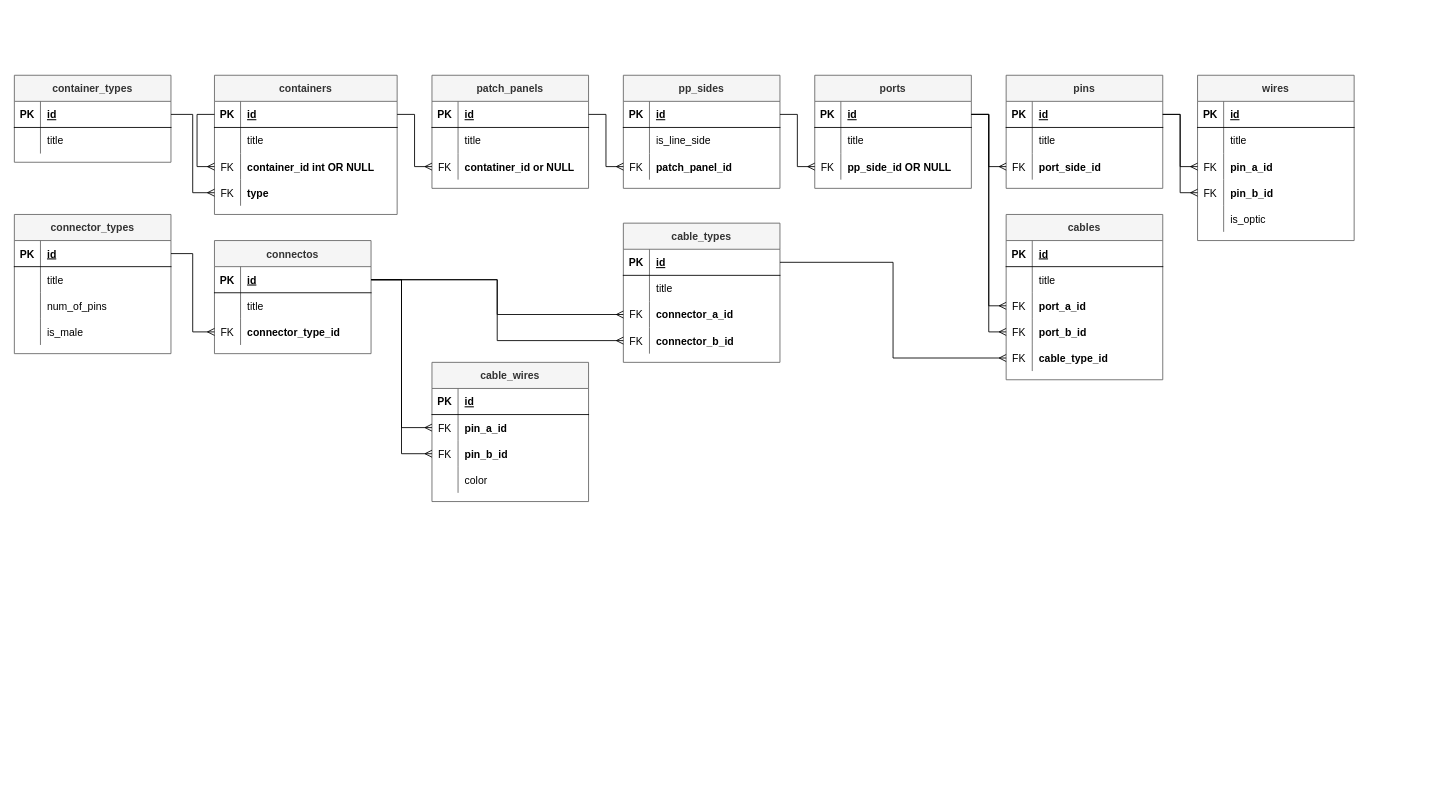
Before: ToDo/Db-Structure.drawio in Zakharlik/CrossJournal, a draw.io diagram. Source tidied: cells renumbered, new cells numbered last; positions are measured from the earlier drawing's top-left corner, leaving out a move shared by most shapes. Both pictures are drawn from the tidied source at 87%, with x=0, y=0 at pixel (14, 75).
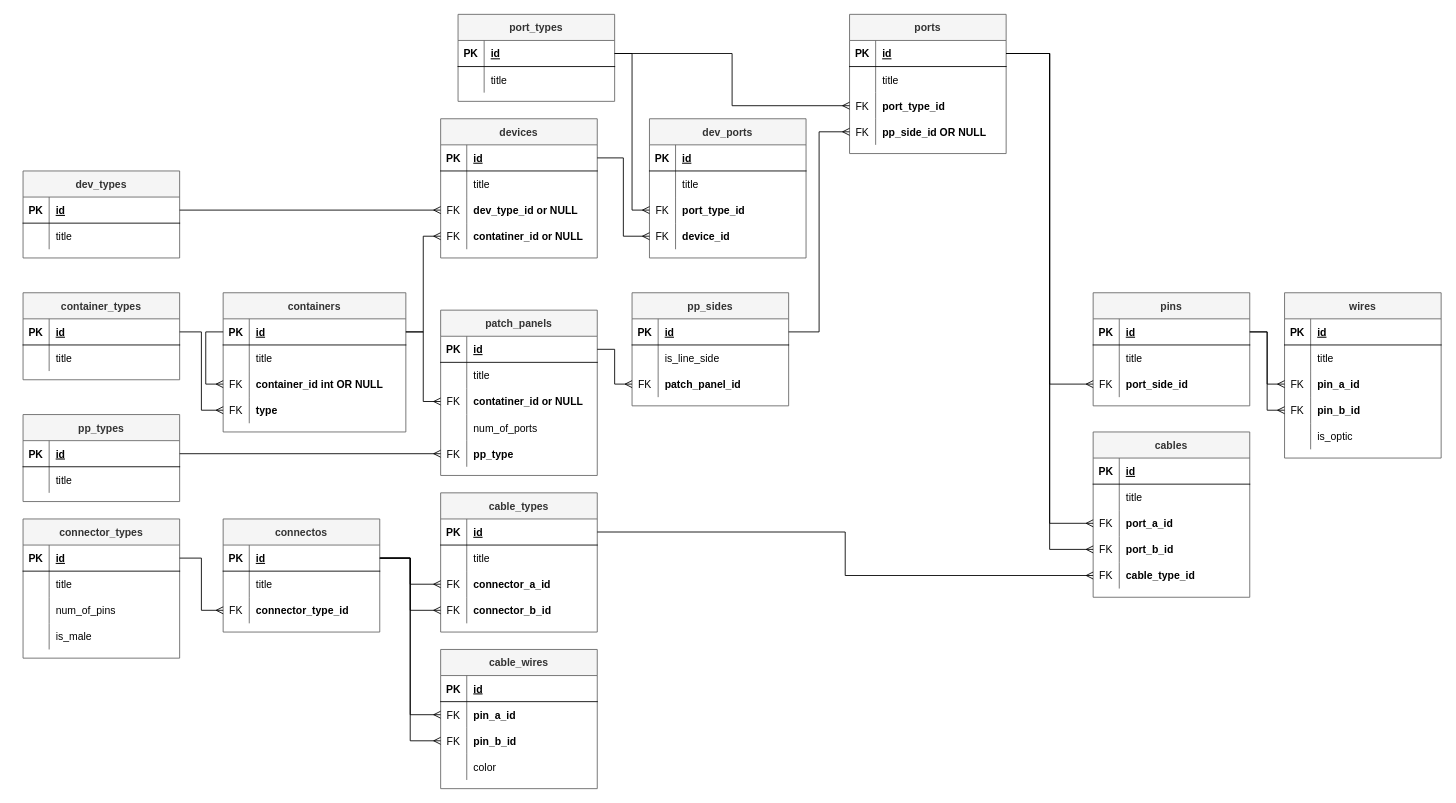
The same page after the edit.

Commit message:
Add devices to DB-Structure

The change refers to these unchanged cells:
```xml
<mxCell id="3" style="shape=tableRow;horizontal=0;startSize=0;swimlaneHead=0;swimlaneBody=0;fillColor=none;points=[[0,0.5],[1,0.5]];portConstraint=eastwest;top=0;left=0;right=0;bottom=1;" parent="2" vertex="1">
  <mxGeometry y="30" width="210" height="30" as="geometry" />
</mxCell>
```

Diff of the diagram source:
```diff
@@
     <mxCell id="2" value="containers" style="shape=table;startSize=30;childLayout=tableLayout;rowLines=0;fontStyle=1;align=center;fillColor=#f5f5f5;strokeColor=#666666;fontColor=#333333;" parent="1" vertex="1">
-      <mxGeometry x="230" width="210" height="160" as="geometry" />
+      <mxGeometry x="240" y="250" width="210" height="160" as="geometry" />
     </mxCell>
@@
     <mxCell id="16" value="container_types" style="shape=table;startSize=30;childLayout=tableLayout;rowLines=0;fontStyle=1;align=center;fillColor=#f5f5f5;strokeColor=#666666;fontColor=#333333;" parent="1" vertex="1">
-      <mxGeometry width="180" height="100" as="geometry" />
+      <mxGeometry x="10" y="250" width="180" height="100" as="geometry" />
     </mxCell>
@@
     <mxCell id="24" value="patch_panels" style="shape=table;startSize=30;childLayout=tableLayout;rowLines=0;fontStyle=1;align=center;fillColor=#f5f5f5;strokeColor=#666666;fontColor=#333333;" parent="1" vertex="1">
-      <mxGeometry x="480" width="180" height="130" as="geometry" />
+      <mxGeometry x="490" y="270" width="180" height="190" as="geometry" />
     </mxCell>
@@
+    <mxCell id="159" style="shape=tableRow;horizontal=0;startSize=0;swimlaneHead=0;swimlaneBody=0;fillColor=none;top=0;left=0;right=0;bottom=0;" parent="24" vertex="1">
+      <mxGeometry y="120" width="180" height="30" as="geometry" />
+    </mxCell>
+    <mxCell id="160" style="shape=partialRectangle;fillColor=none;top=0;left=0;bottom=0;right=0;overflow=hidden;" parent="159" vertex="1">
+      <mxGeometry width="30" height="30" as="geometry" />
+    </mxCell>
+    <mxCell id="161" value="num_of_ports" style="shape=partialRectangle;fillColor=none;top=0;left=0;bottom=0;right=0;align=left;spacingLeft=6;overflow=hidden;" parent="159" vertex="1">
+      <mxGeometry x="30" width="150" height="30" as="geometry" />
+    </mxCell>
+    <mxCell id="162" style="shape=tableRow;horizontal=0;startSize=0;swimlaneHead=0;swimlaneBody=0;fillColor=none;points=[[0,0.5],[1,0.5]];portConstraint=eastwest;top=0;left=0;right=0;bottom=0;" parent="24" vertex="1">
+      <mxGeometry y="150" width="180" height="30" as="geometry" />
+    </mxCell>
+    <mxCell id="163" value="FK" style="shape=partialRectangle;fillColor=none;top=0;left=0;bottom=0;right=0;overflow=hidden;" parent="162" vertex="1">
+      <mxGeometry width="30" height="30" as="geometry" />
+    </mxCell>
+    <mxCell id="164" value="pp_type" style="shape=partialRectangle;fillColor=none;top=0;left=0;bottom=0;right=0;align=left;spacingLeft=6;overflow=hidden;fontStyle=1;" parent="162" vertex="1">
+      <mxGeometry x="30" width="150" height="30" as="geometry" />
+    </mxCell>
@@
     <mxCell id="35" value="pp_sides" style="shape=table;startSize=30;childLayout=tableLayout;rowLines=0;fontStyle=1;align=center;fillColor=#f5f5f5;strokeColor=#666666;fontColor=#333333;" parent="1" vertex="1">
-      <mxGeometry x="700" width="180" height="130" as="geometry" />
+      <mxGeometry x="710" y="250" width="180" height="130" as="geometry" />
     </mxCell>
@@
     <mxCell id="46" value="ports" style="shape=table;startSize=30;childLayout=tableLayout;rowLines=0;fontStyle=1;align=center;fillColor=#f5f5f5;strokeColor=#666666;fontColor=#333333;" parent="1" vertex="1">
-      <mxGeometry x="920" width="180" height="130" as="geometry" />
+      <mxGeometry x="960" y="-70" width="180" height="160" as="geometry" />
     </mxCell>
@@
+    <mxCell id="165" style="shape=tableRow;horizontal=0;startSize=0;swimlaneHead=0;swimlaneBody=0;fillColor=none;points=[[0,0.5],[1,0.5]];portConstraint=eastwest;top=0;left=0;right=0;bottom=0;" parent="46" vertex="1">
+      <mxGeometry y="90" width="180" height="30" as="geometry" />
+    </mxCell>
+    <mxCell id="166" value="FK" style="shape=partialRectangle;fillColor=none;top=0;left=0;bottom=0;right=0;overflow=hidden;" parent="165" vertex="1">
+      <mxGeometry width="30" height="30" as="geometry" />
+    </mxCell>
+    <mxCell id="167" value="port_type_id" style="shape=partialRectangle;fillColor=none;top=0;left=0;bottom=0;right=0;align=left;spacingLeft=6;overflow=hidden;fontStyle=1;" parent="165" vertex="1">
+      <mxGeometry x="30" width="150" height="30" as="geometry" />
+    </mxCell>
     <mxCell id="53" style="shape=tableRow;horizontal=0;startSize=0;swimlaneHead=0;swimlaneBody=0;fillColor=none;points=[[0,0.5],[1,0.5]];portConstraint=eastwest;top=0;left=0;right=0;bottom=0;" parent="46" vertex="1">
-      <mxGeometry y="90" width="180" height="30" as="geometry" />
+      <mxGeometry y="120" width="180" height="30" as="geometry" />
     </mxCell>
@@
     <mxCell id="57" value="pins" style="shape=table;startSize=30;childLayout=tableLayout;rowLines=0;fontStyle=1;align=center;fillColor=#f5f5f5;strokeColor=#666666;fontColor=#333333;" parent="1" vertex="1">
-      <mxGeometry x="1140" width="180" height="130" as="geometry" />
+      <mxGeometry x="1240" y="250" width="180" height="130" as="geometry" />
     </mxCell>
@@
     <mxCell id="68" value="cables" style="shape=table;startSize=30;childLayout=tableLayout;rowLines=0;fontStyle=1;align=center;fillColor=#f5f5f5;strokeColor=#666666;fontColor=#333333;" parent="1" vertex="1">
-      <mxGeometry x="1140" y="160" width="180" height="190" as="geometry" />
+      <mxGeometry x="1240" y="410" width="180" height="190" as="geometry" />
     </mxCell>
@@
     <mxCell id="86" value="cable_types" style="shape=table;startSize=30;childLayout=tableLayout;rowLines=0;fontStyle=1;align=center;fillColor=#f5f5f5;strokeColor=#666666;fontColor=#333333;" parent="1" vertex="1">
-      <mxGeometry x="700" y="170" width="180" height="160" as="geometry" />
+      <mxGeometry x="490" y="480" width="180" height="160" as="geometry" />
     </mxCell>
@@
     <mxCell id="100" value="connector_types" style="shape=table;startSize=30;childLayout=tableLayout;rowLines=0;fontStyle=1;align=center;fillColor=#f5f5f5;strokeColor=#666666;fontColor=#333333;" parent="1" vertex="1">
-      <mxGeometry y="160" width="180" height="160" as="geometry" />
+      <mxGeometry x="10" y="510" width="180" height="160" as="geometry" />
     </mxCell>
@@
     <mxCell id="115" value="wires" style="shape=table;startSize=30;childLayout=tableLayout;rowLines=0;fontStyle=1;align=center;fillColor=#f5f5f5;strokeColor=#666666;fontColor=#333333;" parent="1" vertex="1">
-      <mxGeometry x="1360" width="180" height="190" as="geometry" />
+      <mxGeometry x="1460" y="250" width="180" height="190" as="geometry" />
     </mxCell>
@@
     <mxCell id="133" value="cable_wires" style="shape=table;startSize=30;childLayout=tableLayout;rowLines=0;fontStyle=1;align=center;fillColor=#f5f5f5;strokeColor=#666666;fontColor=#333333;" parent="1" vertex="1">
-      <mxGeometry x="480" y="330" width="180" height="160" as="geometry" />
+      <mxGeometry x="490" y="660" width="180" height="160" as="geometry" />
     </mxCell>
@@
     <mxCell id="146" value="connectos" style="shape=table;startSize=30;childLayout=tableLayout;rowLines=0;fontStyle=1;align=center;fillColor=#f5f5f5;strokeColor=#666666;fontColor=#333333;" parent="1" vertex="1">
-      <mxGeometry x="230" y="190" width="180" height="130" as="geometry" />
+      <mxGeometry x="240" y="510" width="180" height="130" as="geometry" />
     </mxCell>
@@
+    <mxCell id="168" value="pp_types" style="shape=table;startSize=30;childLayout=tableLayout;rowLines=0;fontStyle=1;align=center;fillColor=#f5f5f5;strokeColor=#666666;fontColor=#333333;" parent="1" vertex="1">
+      <mxGeometry x="10" y="390" width="180" height="100" as="geometry" />
+    </mxCell>
+    <mxCell id="169" style="shape=tableRow;horizontal=0;startSize=0;swimlaneHead=0;swimlaneBody=0;fillColor=none;points=[[0,0.5],[1,0.5]];portConstraint=eastwest;top=0;left=0;right=0;bottom=1;" parent="168" vertex="1">
+      <mxGeometry y="30" width="180" height="30" as="geometry" />
+    </mxCell>
+    <mxCell id="170" value="PK" style="shape=partialRectangle;fillColor=none;top=0;left=0;bottom=0;right=0;fontStyle=1;overflow=hidden;" parent="169" vertex="1">
+      <mxGeometry width="30" height="30" as="geometry" />
+    </mxCell>
+    <mxCell id="171" value="id" style="shape=partialRectangle;fillColor=none;top=0;left=0;bottom=0;right=0;align=left;spacingLeft=6;fontStyle=5;overflow=hidden;" parent="169" vertex="1">
+      <mxGeometry x="30" width="150" height="30" as="geometry" />
+    </mxCell>
+    <mxCell id="172" style="shape=tableRow;horizontal=0;startSize=0;swimlaneHead=0;swimlaneBody=0;fillColor=none;top=0;left=0;right=0;bottom=0;" parent="168" vertex="1">
+      <mxGeometry y="60" width="180" height="30" as="geometry" />
+    </mxCell>
+    <mxCell id="173" style="shape=partialRectangle;fillColor=none;top=0;left=0;bottom=0;right=0;overflow=hidden;" parent="172" vertex="1">
+      <mxGeometry width="30" height="30" as="geometry" />
+    </mxCell>
+    <mxCell id="174" value="title" style="shape=partialRectangle;fillColor=none;top=0;left=0;bottom=0;right=0;align=left;spacingLeft=6;overflow=hidden;" parent="172" vertex="1">
+      <mxGeometry x="30" width="150" height="30" as="geometry" />
+    </mxCell>
+    <mxCell id="175" style="edgeStyle=orthogonalEdgeStyle;rounded=0;jettySize=auto;html=1;exitX=0;exitY=0.5;exitDx=0;exitDy=0;entryX=1;entryY=0.5;entryDx=0;entryDy=0;endArrow=none;endFill=0;startArrow=ERmany;startFill=0;" parent="1" edge="1" source="162" target="169">
+      <mxGeometry relative="1" as="geometry" />
+    </mxCell>
+    <mxCell id="176" value="devices" style="shape=table;startSize=30;childLayout=tableLayout;rowLines=0;fontStyle=1;align=center;fillColor=#f5f5f5;strokeColor=#666666;fontColor=#333333;" parent="1" vertex="1">
+      <mxGeometry x="490" y="50" width="180" height="160" as="geometry" />
+    </mxCell>
+    <mxCell id="177" style="shape=tableRow;horizontal=0;startSize=0;swimlaneHead=0;swimlaneBody=0;fillColor=none;points=[[0,0.5],[1,0.5]];portConstraint=eastwest;top=0;left=0;right=0;bottom=1;" parent="176" vertex="1">
+      <mxGeometry y="30" width="180" height="30" as="geometry" />
+    </mxCell>
+    <mxCell id="178" value="PK" style="shape=partialRectangle;fillColor=none;top=0;left=0;bottom=0;right=0;fontStyle=1;overflow=hidden;" parent="177" vertex="1">
+      <mxGeometry width="30" height="30" as="geometry" />
+    </mxCell>
+    <mxCell id="179" value="id" style="shape=partialRectangle;fillColor=none;top=0;left=0;bottom=0;right=0;align=left;spacingLeft=6;fontStyle=5;overflow=hidden;" parent="177" vertex="1">
+      <mxGeometry x="30" width="150" height="30" as="geometry" />
+    </mxCell>
+    <mxCell id="180" style="shape=tableRow;horizontal=0;startSize=0;swimlaneHead=0;swimlaneBody=0;fillColor=none;top=0;left=0;right=0;bottom=0;" parent="176" vertex="1">
+      <mxGeometry y="60" width="180" height="30" as="geometry" />
+    </mxCell>
+    <mxCell id="181" style="shape=partialRectangle;fillColor=none;top=0;left=0;bottom=0;right=0;overflow=hidden;" parent="180" vertex="1">
+      <mxGeometry width="30" height="30" as="geometry" />
+    </mxCell>
+    <mxCell id="182" value="title" style="shape=partialRectangle;fillColor=none;top=0;left=0;bottom=0;right=0;align=left;spacingLeft=6;overflow=hidden;" parent="180" vertex="1">
+      <mxGeometry x="30" width="150" height="30" as="geometry" />
+    </mxCell>
+    <mxCell id="183" style="shape=tableRow;horizontal=0;startSize=0;swimlaneHead=0;swimlaneBody=0;fillColor=none;points=[[0,0.5],[1,0.5]];portConstraint=eastwest;top=0;left=0;right=0;bottom=0;" parent="176" vertex="1">
+      <mxGeometry y="90" width="180" height="30" as="geometry" />
+    </mxCell>
+    <mxCell id="184" value="FK" style="shape=partialRectangle;fillColor=none;top=0;left=0;bottom=0;right=0;overflow=hidden;" parent="183" vertex="1">
+      <mxGeometry width="30" height="30" as="geometry" />
+    </mxCell>
+    <mxCell id="185" value="dev_type_id or NULL" style="shape=partialRectangle;fillColor=none;top=0;left=0;bottom=0;right=0;align=left;spacingLeft=6;overflow=hidden;fontStyle=1;" parent="183" vertex="1">
+      <mxGeometry x="30" width="150" height="30" as="geometry" />
+    </mxCell>
+    <mxCell id="186" style="shape=tableRow;horizontal=0;startSize=0;swimlaneHead=0;swimlaneBody=0;fillColor=none;points=[[0,0.5],[1,0.5]];portConstraint=eastwest;top=0;left=0;right=0;bottom=0;" parent="176" vertex="1">
+      <mxGeometry y="120" width="180" height="30" as="geometry" />
+    </mxCell>
+    <mxCell id="187" value="FK" style="shape=partialRectangle;fillColor=none;top=0;left=0;bottom=0;right=0;overflow=hidden;" parent="186" vertex="1">
+      <mxGeometry width="30" height="30" as="geometry" />
+    </mxCell>
+    <mxCell id="188" value="contatiner_id or NULL" style="shape=partialRectangle;fillColor=none;top=0;left=0;bottom=0;right=0;align=left;spacingLeft=6;overflow=hidden;fontStyle=1;" parent="186" vertex="1">
+      <mxGeometry x="30" width="150" height="30" as="geometry" />
+    </mxCell>
+    <mxCell id="189" style="edgeStyle=orthogonalEdgeStyle;rounded=0;jettySize=auto;html=1;exitX=0;exitY=0.5;exitDx=0;exitDy=0;entryX=1;entryY=0.5;entryDx=0;entryDy=0;startArrow=ERmany;startFill=0;endArrow=none;endFill=0;" parent="1" edge="1" source="186" target="3">
+      <mxGeometry relative="1" as="geometry" />
+    </mxCell>
+    <mxCell id="190" value="dev_types" style="shape=table;startSize=30;childLayout=tableLayout;rowLines=0;fontStyle=1;align=center;fillColor=#f5f5f5;strokeColor=#666666;fontColor=#333333;" parent="1" vertex="1">
+      <mxGeometry x="10" y="110" width="180" height="100" as="geometry" />
+    </mxCell>
+    <mxCell id="191" style="shape=tableRow;horizontal=0;startSize=0;swimlaneHead=0;swimlaneBody=0;fillColor=none;points=[[0,0.5],[1,0.5]];portConstraint=eastwest;top=0;left=0;right=0;bottom=1;" parent="190" vertex="1">
+      <mxGeometry y="30" width="180" height="30" as="geometry" />
+    </mxCell>
+    <mxCell id="192" value="PK" style="shape=partialRectangle;fillColor=none;top=0;left=0;bottom=0;right=0;fontStyle=1;overflow=hidden;" parent="191" vertex="1">
+      <mxGeometry width="30" height="30" as="geometry" />
+    </mxCell>
+    <mxCell id="193" value="id" style="shape=partialRectangle;fillColor=none;top=0;left=0;bottom=0;right=0;align=left;spacingLeft=6;fontStyle=5;overflow=hidden;" parent="191" vertex="1">
+      <mxGeometry x="30" width="150" height="30" as="geometry" />
+    </mxCell>
+    <mxCell id="194" style="shape=tableRow;horizontal=0;startSize=0;swimlaneHead=0;swimlaneBody=0;fillColor=none;top=0;left=0;right=0;bottom=0;" parent="190" vertex="1">
+      <mxGeometry y="60" width="180" height="30" as="geometry" />
+    </mxCell>
+    <mxCell id="195" style="shape=partialRectangle;fillColor=none;top=0;left=0;bottom=0;right=0;overflow=hidden;" parent="194" vertex="1">
+      <mxGeometry width="30" height="30" as="geometry" />
+    </mxCell>
+    <mxCell id="196" value="title" style="shape=partialRectangle;fillColor=none;top=0;left=0;bottom=0;right=0;align=left;spacingLeft=6;overflow=hidden;" parent="194" vertex="1">
+      <mxGeometry x="30" width="150" height="30" as="geometry" />
+    </mxCell>
+    <mxCell id="197" style="edgeStyle=orthogonalEdgeStyle;rounded=0;jettySize=auto;html=1;exitX=0;exitY=0.5;exitDx=0;exitDy=0;entryX=1;entryY=0.5;entryDx=0;entryDy=0;startArrow=ERmany;startFill=0;endArrow=none;endFill=0;" parent="1" edge="1" source="183" target="191">
+      <mxGeometry relative="1" as="geometry" />
+    </mxCell>
+    <mxCell id="198" value="dev_ports" style="shape=table;startSize=30;childLayout=tableLayout;rowLines=0;fontStyle=1;align=center;fillColor=#f5f5f5;strokeColor=#666666;fontColor=#333333;" parent="1" vertex="1">
+      <mxGeometry x="730" y="50" width="180" height="160" as="geometry" />
+    </mxCell>
+    <mxCell id="199" style="shape=tableRow;horizontal=0;startSize=0;swimlaneHead=0;swimlaneBody=0;fillColor=none;top=0;left=0;right=0;bottom=1;" parent="198" vertex="1">
+      <mxGeometry y="30" width="180" height="30" as="geometry" />
+    </mxCell>
+    <mxCell id="200" value="PK" style="shape=partialRectangle;fillColor=none;top=0;left=0;bottom=0;right=0;fontStyle=1;overflow=hidden;" parent="199" vertex="1">
+      <mxGeometry width="30" height="30" as="geometry" />
+    </mxCell>
+    <mxCell id="201" value="id" style="shape=partialRectangle;fillColor=none;top=0;left=0;bottom=0;right=0;align=left;spacingLeft=6;fontStyle=5;overflow=hidden;" parent="199" vertex="1">
+      <mxGeometry x="30" width="150" height="30" as="geometry" />
+    </mxCell>
+    <mxCell id="202" style="shape=tableRow;horizontal=0;startSize=0;swimlaneHead=0;swimlaneBody=0;fillColor=none;top=0;left=0;right=0;bottom=0;" parent="198" vertex="1">
+      <mxGeometry y="60" width="180" height="30" as="geometry" />
+    </mxCell>
+    <mxCell id="203" style="shape=partialRectangle;fillColor=none;top=0;left=0;bottom=0;right=0;overflow=hidden;" parent="202" vertex="1">
+      <mxGeometry width="30" height="30" as="geometry" />
+    </mxCell>
+    <mxCell id="204" value="title" style="shape=partialRectangle;fillColor=none;top=0;left=0;bottom=0;right=0;align=left;spacingLeft=6;overflow=hidden;" parent="202" vertex="1">
+      <mxGeometry x="30" width="150" height="30" as="geometry" />
+    </mxCell>
+    <mxCell id="205" style="shape=tableRow;horizontal=0;startSize=0;swimlaneHead=0;swimlaneBody=0;fillColor=none;points=[[0,0.5],[1,0.5]];portConstraint=eastwest;top=0;left=0;right=0;bottom=0;" parent="198" vertex="1">
+      <mxGeometry y="90" width="180" height="30" as="geometry" />
+    </mxCell>
+    <mxCell id="206" value="FK" style="shape=partialRectangle;fillColor=none;top=0;left=0;bottom=0;right=0;overflow=hidden;" parent="205" vertex="1">
+      <mxGeometry width="30" height="30" as="geometry" />
+    </mxCell>
+    <mxCell id="207" value="port_type_id" style="shape=partialRectangle;fillColor=none;top=0;left=0;bottom=0;right=0;align=left;spacingLeft=6;overflow=hidden;fontStyle=1;" parent="205" vertex="1">
+      <mxGeometry x="30" width="150" height="30" as="geometry" />
+    </mxCell>
+    <mxCell id="208" style="shape=tableRow;horizontal=0;startSize=0;swimlaneHead=0;swimlaneBody=0;fillColor=none;points=[[0,0.5],[1,0.5]];portConstraint=eastwest;top=0;left=0;right=0;bottom=0;" parent="198" vertex="1">
+      <mxGeometry y="120" width="180" height="30" as="geometry" />
+    </mxCell>
+    <mxCell id="209" value="FK" style="shape=partialRectangle;fillColor=none;top=0;left=0;bottom=0;right=0;overflow=hidden;" parent="208" vertex="1">
+      <mxGeometry width="30" height="30" as="geometry" />
+    </mxCell>
+    <mxCell id="210" value="device_id" style="shape=partialRectangle;fillColor=none;top=0;left=0;bottom=0;right=0;align=left;spacingLeft=6;overflow=hidden;fontStyle=1;" parent="208" vertex="1">
+      <mxGeometry x="30" width="150" height="30" as="geometry" />
+    </mxCell>
+    <mxCell id="211" style="edgeStyle=orthogonalEdgeStyle;rounded=0;jettySize=auto;html=1;exitX=0;exitY=0.5;exitDx=0;exitDy=0;entryX=1;entryY=0.5;entryDx=0;entryDy=0;startArrow=ERmany;startFill=0;endArrow=none;endFill=0;" parent="1" edge="1" source="208" target="177">
+      <mxGeometry relative="1" as="geometry" />
+    </mxCell>
+    <mxCell id="212" value="port_types" style="shape=table;startSize=30;childLayout=tableLayout;rowLines=0;fontStyle=1;align=center;fillColor=#f5f5f5;strokeColor=#666666;fontColor=#333333;" parent="1" vertex="1">
+      <mxGeometry x="510" y="-70" width="180" height="100" as="geometry" />
+    </mxCell>
+    <mxCell id="213" style="shape=tableRow;horizontal=0;startSize=0;swimlaneHead=0;swimlaneBody=0;fillColor=none;points=[[0,0.5],[1,0.5]];portConstraint=eastwest;top=0;left=0;right=0;bottom=1;" parent="212" vertex="1">
+      <mxGeometry y="30" width="180" height="30" as="geometry" />
+    </mxCell>
+    <mxCell id="214" value="PK" style="shape=partialRectangle;fillColor=none;top=0;left=0;bottom=0;right=0;fontStyle=1;overflow=hidden;" parent="213" vertex="1">
+      <mxGeometry width="30" height="30" as="geometry" />
+    </mxCell>
+    <mxCell id="215" value="id" style="shape=partialRectangle;fillColor=none;top=0;left=0;bottom=0;right=0;align=left;spacingLeft=6;fontStyle=5;overflow=hidden;" parent="213" vertex="1">
+      <mxGeometry x="30" width="150" height="30" as="geometry" />
+    </mxCell>
+    <mxCell id="216" style="shape=tableRow;horizontal=0;startSize=0;swimlaneHead=0;swimlaneBody=0;fillColor=none;top=0;left=0;right=0;bottom=0;" parent="212" vertex="1">
+      <mxGeometry y="60" width="180" height="30" as="geometry" />
+    </mxCell>
+    <mxCell id="217" style="shape=partialRectangle;fillColor=none;top=0;left=0;bottom=0;right=0;overflow=hidden;" parent="216" vertex="1">
+      <mxGeometry width="30" height="30" as="geometry" />
+    </mxCell>
+    <mxCell id="218" value="title" style="shape=partialRectangle;fillColor=none;top=0;left=0;bottom=0;right=0;align=left;spacingLeft=6;overflow=hidden;" parent="216" vertex="1">
+      <mxGeometry x="30" width="150" height="30" as="geometry" />
+    </mxCell>
+    <mxCell id="219" style="edgeStyle=orthogonalEdgeStyle;rounded=0;jettySize=auto;html=1;exitX=0;exitY=0.5;exitDx=0;exitDy=0;startArrow=ERmany;startFill=0;endArrow=none;endFill=0;entryX=1;entryY=0.5;entryDx=0;entryDy=0;" parent="1" edge="1" source="165" target="213">
+      <mxGeometry relative="1" as="geometry" />
+    </mxCell>
+    <mxCell id="220" style="edgeStyle=orthogonalEdgeStyle;rounded=0;jettySize=auto;html=1;exitX=0;exitY=0.5;exitDx=0;exitDy=0;startArrow=ERmany;startFill=0;endArrow=none;endFill=0;entryX=1;entryY=0.5;entryDx=0;entryDy=0;" parent="1" edge="1" source="205" target="213">
+      <mxGeometry relative="1" as="geometry" />
+    </mxCell>
```
